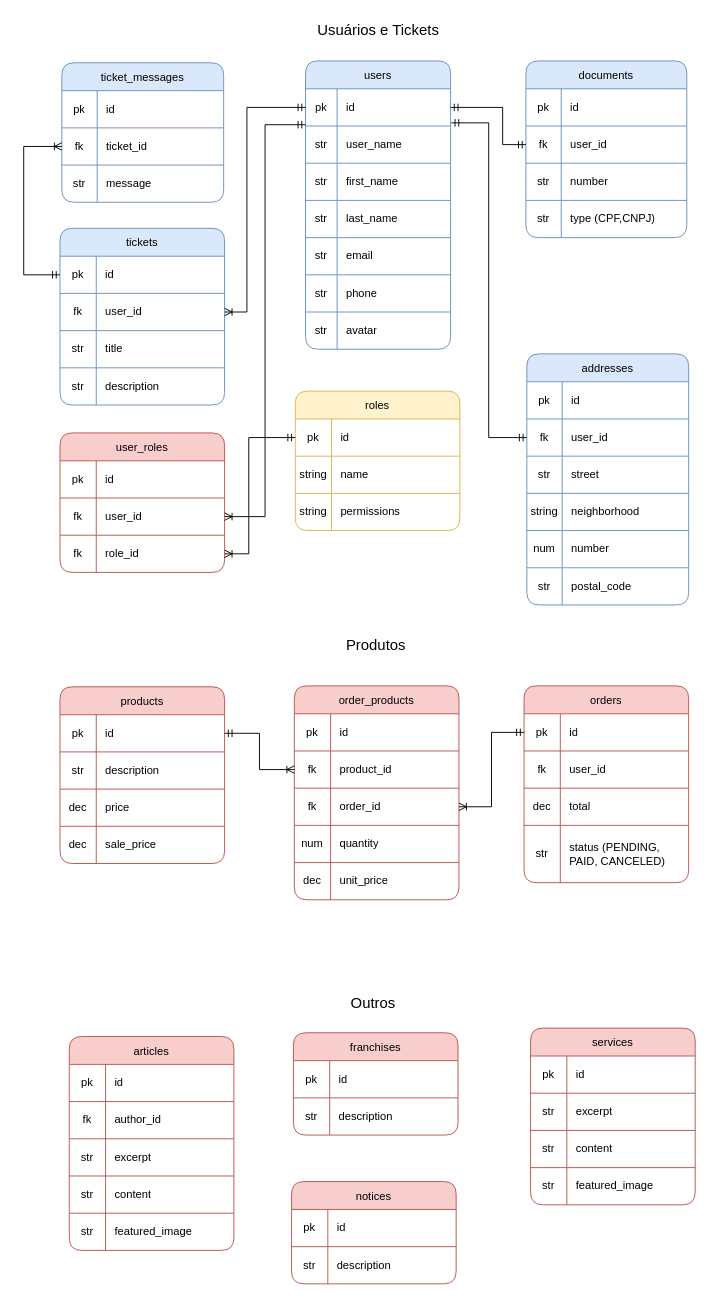
The draw.io diagram fstop-database.drawio in tonnysantana2004/fstop, before the edit. Source tidied: cells renumbered, new cells numbered last; positions are measured from the earlier drawing's top-left corner, leaving out a move shared by most shapes. Both pictures are drawn from the tidied source at 93%, with x=0, y=0 at pixel (23, 16).
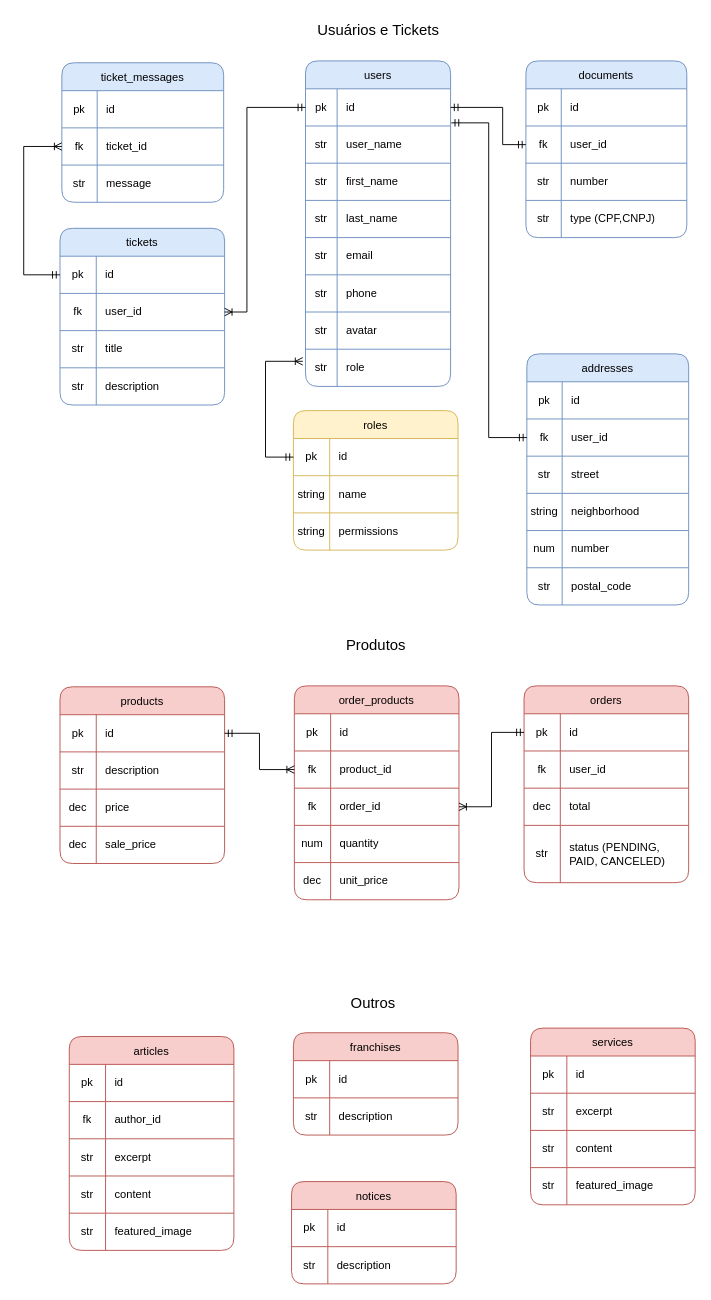
The same diagram, later.

Commit message:
refactor: user role as enum istead of entity

Unchanged cells that the change refers to:
```xml
<mxCell id="3" style="shape=tableRow;horizontal=0;startSize=0;swimlaneHead=0;swimlaneBody=0;strokeColor=inherit;top=0;left=0;bottom=0;right=0;fillColor=none;points=[[0,0.5],[1,0.5]];portConstraint=eastwest;" parent="2" vertex="1">
  <mxGeometry y="30" width="156" height="40" as="geometry" />
</mxCell>
<mxCell id="181" style="shape=tableRow;horizontal=0;startSize=0;swimlaneHead=0;swimlaneBody=0;strokeColor=inherit;top=0;left=0;bottom=0;right=0;fillColor=none;points=[[0,0.5],[1,0.5]];portConstraint=eastwest;" parent="180" vertex="1">
  <mxGeometry y="30" width="177" height="40" as="geometry" />
</mxCell>
```

Diff of the diagram source:
```diff
@@
     <mxCell id="2" value="users" style="shape=table;startSize=30;childLayout=tableLayout;rounded=1;fillColor=#dae8fc;strokeColor=#6c8ebf;" parent="1" vertex="1">
-      <mxGeometry x="303" y="48" width="156" height="310" as="geometry" />
+      <mxGeometry x="303" y="48" width="156" height="350" as="geometry" />
     </mxCell>
@@
+    <mxCell id="195" style="shape=tableRow;horizontal=0;startSize=0;swimlaneHead=0;swimlaneBody=0;strokeColor=inherit;top=0;left=0;bottom=0;right=0;fillColor=none;points=[[0,0.5],[1,0.5]];portConstraint=eastwest;" parent="2" vertex="1">
+      <mxGeometry y="310" width="156" height="40" as="geometry" />
+    </mxCell>
+    <mxCell id="196" value="str" style="shape=partialRectangle;html=1;whiteSpace=wrap;strokeColor=inherit;overflow=hidden;fillColor=none;top=0;left=0;bottom=0;right=0;" parent="195" vertex="1">
+      <mxGeometry width="34" height="40" as="geometry" />
+    </mxCell>
+    <mxCell id="197" value="role" style="shape=partialRectangle;html=1;whiteSpace=wrap;strokeColor=inherit;overflow=hidden;fillColor=none;top=0;left=0;bottom=0;right=0;align=left;spacing=10;" parent="195" vertex="1">
+      <mxGeometry x="34" width="122" height="40" as="geometry" />
+    </mxCell>
@@
-    <mxCell id="170" value="user_roles" style="shape=table;startSize=30;childLayout=tableLayout;rounded=1;fillColor=#f8cecc;strokeColor=#b85450;" parent="1" vertex="1">
-      <mxGeometry x="39" y="448" width="177" height="150" as="geometry" />
-    </mxCell>
-    <mxCell id="171" style="shape=tableRow;horizontal=0;startSize=0;swimlaneHead=0;swimlaneBody=0;strokeColor=inherit;top=0;left=0;bottom=0;right=0;fillColor=none;" parent="170" vertex="1">
-      <mxGeometry y="30" width="177" height="40" as="geometry" />
-    </mxCell>
-    <mxCell id="172" value="pk" style="shape=partialRectangle;html=1;whiteSpace=wrap;strokeColor=inherit;overflow=hidden;fillColor=none;top=0;left=0;bottom=0;right=0;" parent="171" vertex="1">
-      <mxGeometry width="39" height="40" as="geometry" />
-    </mxCell>
-    <mxCell id="173" value="id" style="shape=partialRectangle;html=1;whiteSpace=wrap;strokeColor=inherit;overflow=hidden;fillColor=none;top=0;left=0;bottom=0;right=0;align=left;spacing=10;" parent="171" vertex="1">
-      <mxGeometry x="39" width="138" height="40" as="geometry" />
-    </mxCell>
-    <mxCell id="174" style="shape=tableRow;horizontal=0;startSize=0;swimlaneHead=0;swimlaneBody=0;strokeColor=inherit;top=0;left=0;bottom=0;right=0;fillColor=none;points=[[0,0.5],[1,0.5]];portConstraint=eastwest;" parent="170" vertex="1">
-      <mxGeometry y="70" width="177" height="40" as="geometry" />
-    </mxCell>
-    <mxCell id="175" value="fk" style="shape=partialRectangle;html=1;whiteSpace=wrap;strokeColor=inherit;overflow=hidden;fillColor=none;top=0;left=0;bottom=0;right=0;" parent="174" vertex="1">
-      <mxGeometry width="39" height="40" as="geometry" />
-    </mxCell>
-    <mxCell id="176" value="user_id" style="shape=partialRectangle;html=1;whiteSpace=wrap;strokeColor=inherit;overflow=hidden;fillColor=none;top=0;left=0;bottom=0;right=0;align=left;spacing=10;" parent="174" vertex="1">
-      <mxGeometry x="39" width="138" height="40" as="geometry" />
-    </mxCell>
-    <mxCell id="177" style="shape=tableRow;horizontal=0;startSize=0;swimlaneHead=0;swimlaneBody=0;strokeColor=inherit;top=0;left=0;bottom=0;right=0;fillColor=none;points=[[0,0.5],[1,0.5]];portConstraint=eastwest;" parent="170" vertex="1">
-      <mxGeometry y="110" width="177" height="40" as="geometry" />
-    </mxCell>
-    <mxCell id="178" value="fk" style="shape=partialRectangle;html=1;whiteSpace=wrap;strokeColor=inherit;overflow=hidden;fillColor=none;top=0;left=0;bottom=0;right=0;" parent="177" vertex="1">
-      <mxGeometry width="39" height="40" as="geometry" />
-    </mxCell>
-    <mxCell id="179" value="role_id" style="shape=partialRectangle;html=1;whiteSpace=wrap;strokeColor=inherit;overflow=hidden;fillColor=none;top=0;left=0;bottom=0;right=0;align=left;spacing=10;" parent="177" vertex="1">
-      <mxGeometry x="39" width="138" height="40" as="geometry" />
-    </mxCell>
     <mxCell id="180" value="roles" style="shape=table;startSize=30;childLayout=tableLayout;rounded=1;fillColor=#fff2cc;strokeColor=#d6b656;" parent="1" vertex="1">
-      <mxGeometry x="292" y="403" width="177" height="150" as="geometry" />
+      <mxGeometry x="290" y="424" width="177" height="150" as="geometry" />
     </mxCell>
@@
-    <mxCell id="190" style="fontSize=12;html=1;endArrow=ERoneToMany;startArrow=ERmandOne;rounded=0;exitX=0;exitY=0.5;exitDx=0;exitDy=0;entryX=1;entryY=0.5;entryDx=0;entryDy=0;edgeStyle=orthogonalEdgeStyle;" parent="1" edge="1" source="181" target="177">
+    <mxCell id="190" style="fontSize=12;html=1;endArrow=ERoneToMany;startArrow=ERmandOne;rounded=0;exitX=0;exitY=0.5;exitDx=0;exitDy=0;entryX=-0.019;entryY=0.325;entryDx=0;entryDy=0;entryPerimeter=0;edgeStyle=orthogonalEdgeStyle;" parent="1" edge="1" source="181" target="195">
       <mxGeometry relative="1" as="geometry">
         <Array as="points">
-          <mxPoint x="242" y="453" />
-          <mxPoint x="242" y="578" />
+          <mxPoint x="260" y="474" />
+          <mxPoint x="260" y="371" />
         </Array>
       </mxGeometry>
     </mxCell>
-    <mxCell id="191" style="fontSize=12;html=1;endArrow=ERoneToMany;startArrow=ERmandOne;rounded=0;exitX=0;exitY=0.965;exitDx=0;exitDy=0;entryX=1;entryY=0.5;entryDx=0;entryDy=0;exitPerimeter=0;edgeStyle=orthogonalEdgeStyle;" parent="1" edge="1" source="3" target="174">
-      <mxGeometry relative="1" as="geometry" />
-    </mxCell>
```
